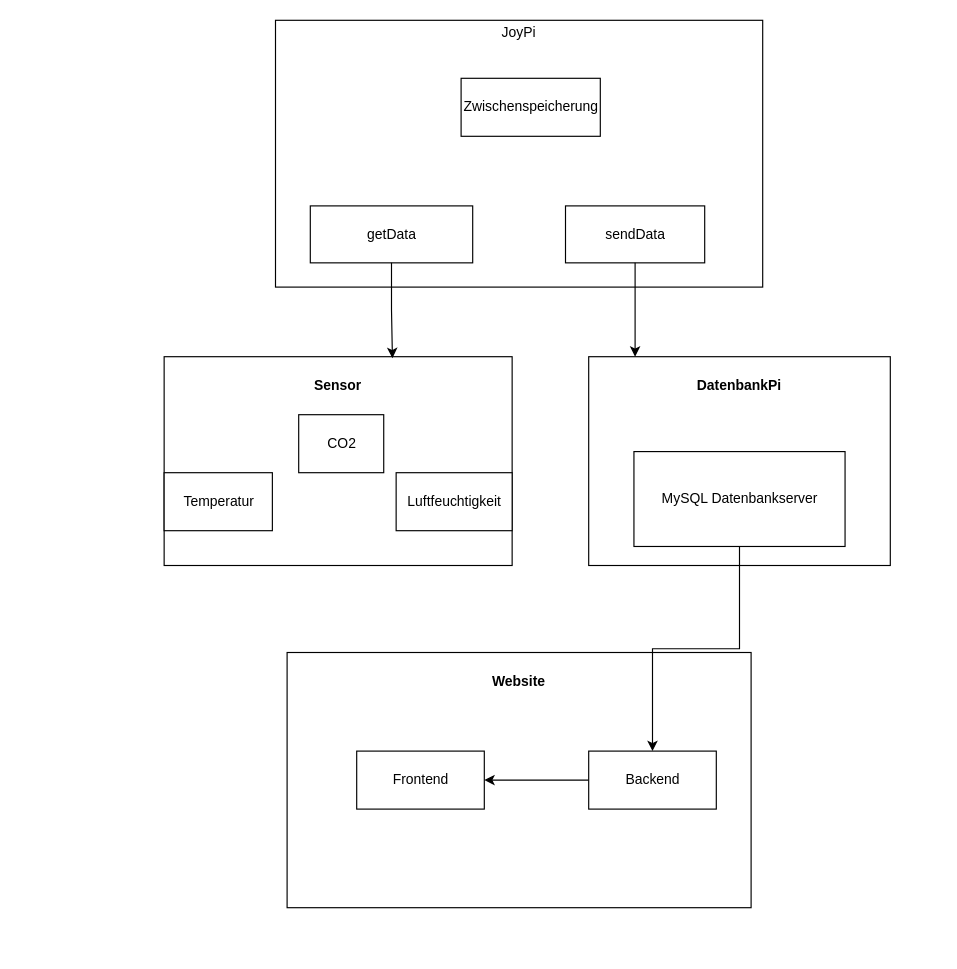
The draw.io diagram Kompositionsstrukturdiagramm.drawio in SimonFurtm/CO2-TemperaturProjekt, before the edit. Source tidied: cells renumbered, new cells numbered last; positions are measured from the earlier drawing's top-left corner, leaving out a move shared by most shapes. Both pictures are drawn from the tidied source at 116%, with x=0, y=0 at pixel (136, 20).
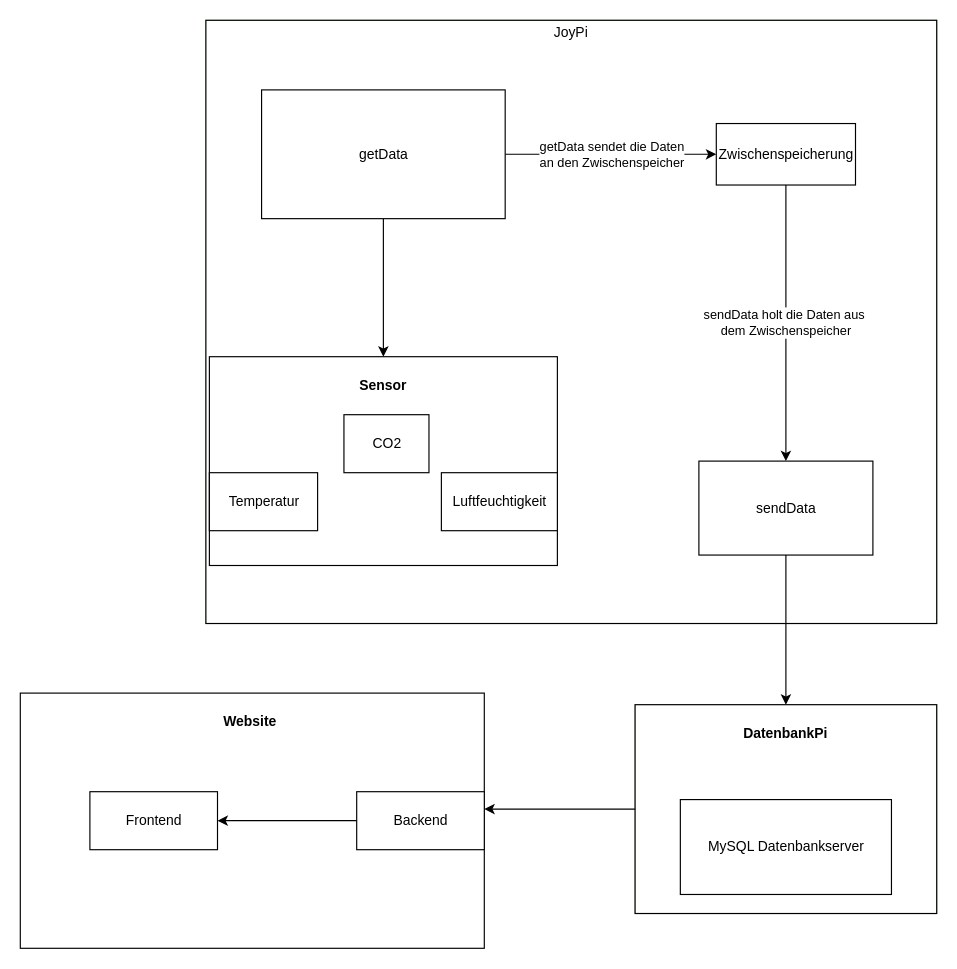
The same diagram, later.

The change refers to these unchanged cells:
```xml
<mxCell id="11" value="&lt;p style=&quot;margin: 0px ; margin-top: 4px ; text-align: center&quot;&gt;&lt;br&gt;&lt;b&gt;Sensor&lt;/b&gt;&lt;/p&gt;&lt;p style=&quot;margin: 0px ; margin-top: 4px ; text-align: center&quot;&gt;&lt;b&gt;&lt;br&gt;&lt;/b&gt;&lt;/p&gt;" style="verticalAlign=top;align=left;overflow=fill;fontSize=12;fontFamily=Helvetica;html=1;" parent="10" vertex="1">
  <mxGeometry x="24" y="20" width="300" height="180" as="geometry" />
</mxCell>
```

What changed in the source:
```diff
@@
-    <mxCell id="2" style="group;" parent="1" vertex="1">
-      <mxGeometry x="120" width="420" height="230" as="geometry" />
+    <mxCell id="2" style="group;fillColor=#D5E8D4;strokeColor=#82b366;" parent="1" vertex="1">
+      <mxGeometry x="60" width="630" height="520" as="geometry" />
     </mxCell>
     <mxCell id="3" value="&lt;p style=&quot;margin: 0px ; margin-top: 4px ; text-align: center&quot;&gt;JoyPi&lt;/p&gt;" style="verticalAlign=top;align=left;overflow=fill;fontSize=12;fontFamily=Helvetica;html=1;" parent="2" vertex="1">
-      <mxGeometry width="420" height="230" as="geometry" />
+      <mxGeometry width="630" height="520" as="geometry" />
     </mxCell>
+    <mxCell id="15" style="edgeStyle=orthogonalEdgeStyle;rounded=0;jettySize=auto;html=1;" parent="2" edge="1" source="4" target="11">
+      <mxGeometry relative="1" as="geometry" />
+    </mxCell>
+    <mxCell id="22" value="getData sendet die Daten&lt;br&gt;an den Zwischenspeicher" style="edgeStyle=orthogonalEdgeStyle;rounded=0;jettySize=auto;html=1;entryX=0;entryY=0.5;entryDx=0;entryDy=0;" parent="2" edge="1" source="4" target="6">
+      <mxGeometry x="0.01" relative="1" as="geometry" />
+    </mxCell>
     <mxCell id="4" value="getData" style="html=1;" parent="2" vertex="1">
-      <mxGeometry x="30" y="160" width="140" height="49.1" as="geometry" />
+      <mxGeometry x="48" y="60" width="210" height="111" as="geometry" />
     </mxCell>
     <mxCell id="5" value="sendData" style="html=1;" parent="2" vertex="1">
-      <mxGeometry x="250" y="160" width="120" height="49.1" as="geometry" />
+      <mxGeometry x="425" y="380" width="150" height="81" as="geometry" />
     </mxCell>
+    <mxCell id="23" value="sendData holt die Daten aus&amp;nbsp;&lt;br&gt;dem Zwischenspeicher" style="edgeStyle=orthogonalEdgeStyle;rounded=0;jettySize=auto;html=1;" parent="2" edge="1" source="6" target="5">
+      <mxGeometry relative="1" as="geometry" />
+    </mxCell>
     <mxCell id="6" value="Zwischenspeicherung" style="html=1;" parent="2" vertex="1">
-      <mxGeometry x="160" y="50" width="120" height="50" as="geometry" />
+      <mxGeometry x="440" y="89" width="120" height="53" as="geometry" />
     </mxCell>
-    <mxCell id="7" style="group;" parent="1" vertex="1">
-      <mxGeometry x="390" y="290" width="260" height="180" as="geometry" />
-    </mxCell>
-    <mxCell id="8" value="&lt;p style=&quot;margin: 0px ; margin-top: 4px ; text-align: center&quot;&gt;&lt;br&gt;&lt;b&gt;DatenbankPi&lt;/b&gt;&lt;/p&gt;" style="verticalAlign=top;align=left;overflow=fill;fontSize=12;fontFamily=Helvetica;html=1;" parent="7" vertex="1">
-      <mxGeometry width="260" height="180" as="geometry" />
-    </mxCell>
-    <mxCell id="9" value="MySQL Datenbankserver" style="html=1;" parent="7" vertex="1">
-      <mxGeometry x="39" y="81.8" width="182" height="81.8" as="geometry" />
-    </mxCell>
-    <mxCell id="10" style="group;" parent="1" vertex="1">
-      <mxGeometry y="270" width="300" height="180" as="geometry" />
+    <mxCell id="10" style="group;" parent="2" vertex="1">
+      <mxGeometry x="-21" y="270" width="300" height="180" as="geometry" />
     </mxCell>
@@
-    <mxCell id="15" style="edgeStyle=orthogonalEdgeStyle;rounded=0;jettySize=auto;html=1;entryX=0.656;entryY=0.007;entryDx=0;entryDy=0;entryPerimeter=0;" parent="1" edge="1" source="4" target="11">
-      <mxGeometry relative="1" as="geometry" />
-    </mxCell>
-    <mxCell id="16" style="edgeStyle=orthogonalEdgeStyle;rounded=0;jettySize=auto;html=1;" parent="1" edge="1" source="5">
-      <mxGeometry relative="1" as="geometry">
-        <mxPoint x="430" y="290" as="targetPoint" />
-      </mxGeometry>
-    </mxCell>
+    <mxCell id="7" style="group;fillColor=#d5e8d4;strokeColor=#82b366;" parent="1" vertex="1">
+      <mxGeometry x="430" y="590" width="260" height="180" as="geometry" />
+    </mxCell>
+    <mxCell id="8" value="&lt;p style=&quot;margin: 0px ; margin-top: 4px ; text-align: center&quot;&gt;&lt;br&gt;&lt;b&gt;DatenbankPi&lt;/b&gt;&lt;/p&gt;" style="verticalAlign=top;align=left;overflow=fill;fontSize=12;fontFamily=Helvetica;html=1;" parent="7" vertex="1">
+      <mxGeometry width="260" height="180" as="geometry" />
+    </mxCell>
+    <mxCell id="9" value="MySQL Datenbankserver" style="html=1;" parent="7" vertex="1">
+      <mxGeometry x="39" y="81.8" width="182" height="81.8" as="geometry" />
+    </mxCell>
+    <mxCell id="24" style="group;" parent="1" vertex="1">
+      <mxGeometry x="-100" y="580" width="400" height="220" as="geometry" />
+    </mxCell>
-    <mxCell id="17" value="&lt;p style=&quot;margin: 0px ; margin-top: 4px ; text-align: center&quot;&gt;&lt;br&gt;&lt;b&gt;Website&lt;/b&gt;&lt;/p&gt;" style="verticalAlign=top;align=left;overflow=fill;fontSize=12;fontFamily=Helvetica;html=1;" parent="1" vertex="1">
-      <mxGeometry x="130" y="545" width="400" height="220" as="geometry" />
+    <mxCell id="17" value="&lt;p style=&quot;margin: 0px ; margin-top: 4px ; text-align: center&quot;&gt;&lt;br&gt;&lt;b&gt;Website&amp;nbsp;&lt;/b&gt;&lt;/p&gt;" style="verticalAlign=top;align=left;overflow=fill;fontSize=12;fontFamily=Helvetica;html=1;" parent="24" vertex="1">
+      <mxGeometry width="400" height="220" as="geometry" />
     </mxCell>
-    <mxCell id="18" value="Frontend" style="html=1;" parent="1" vertex="1">
-      <mxGeometry x="190" y="630" width="110" height="50" as="geometry" />
+    <mxCell id="18" value="Frontend" style="html=1;" parent="24" vertex="1">
+      <mxGeometry x="60" y="85" width="110" height="50" as="geometry" />
     </mxCell>
+    <mxCell id="20" value="Backend" style="html=1;" parent="24" vertex="1">
+      <mxGeometry x="290" y="85" width="110" height="50" as="geometry" />
+    </mxCell>
-    <mxCell id="19" style="edgeStyle=orthogonalEdgeStyle;rounded=0;jettySize=auto;html=1;" parent="1" edge="1" source="20" target="18">
+    <mxCell id="19" style="edgeStyle=orthogonalEdgeStyle;rounded=0;jettySize=auto;html=1;" parent="24" edge="1" source="20" target="18">
       <mxGeometry relative="1" as="geometry" />
     </mxCell>
-    <mxCell id="20" value="Backend" style="html=1;" parent="1" vertex="1">
-      <mxGeometry x="390" y="630" width="110" height="50" as="geometry" />
-    </mxCell>
-    <mxCell id="21" style="edgeStyle=orthogonalEdgeStyle;rounded=0;jettySize=auto;html=1;entryX=0.5;entryY=0;entryDx=0;entryDy=0;" parent="1" edge="1" source="9" target="20">
-      <mxGeometry relative="1" as="geometry" />
-    </mxCell>
+    <mxCell id="25" style="edgeStyle=orthogonalEdgeStyle;rounded=0;jettySize=auto;html=1;" parent="1" edge="1" source="5" target="8">
+      <mxGeometry relative="1" as="geometry" />
+    </mxCell>
+    <mxCell id="26" style="edgeStyle=orthogonalEdgeStyle;rounded=0;jettySize=auto;html=1;" parent="1" edge="1" source="8">
+      <mxGeometry relative="1" as="geometry">
+        <mxPoint x="300" y="680" as="targetPoint" />
+      </mxGeometry>
+    </mxCell>
```
